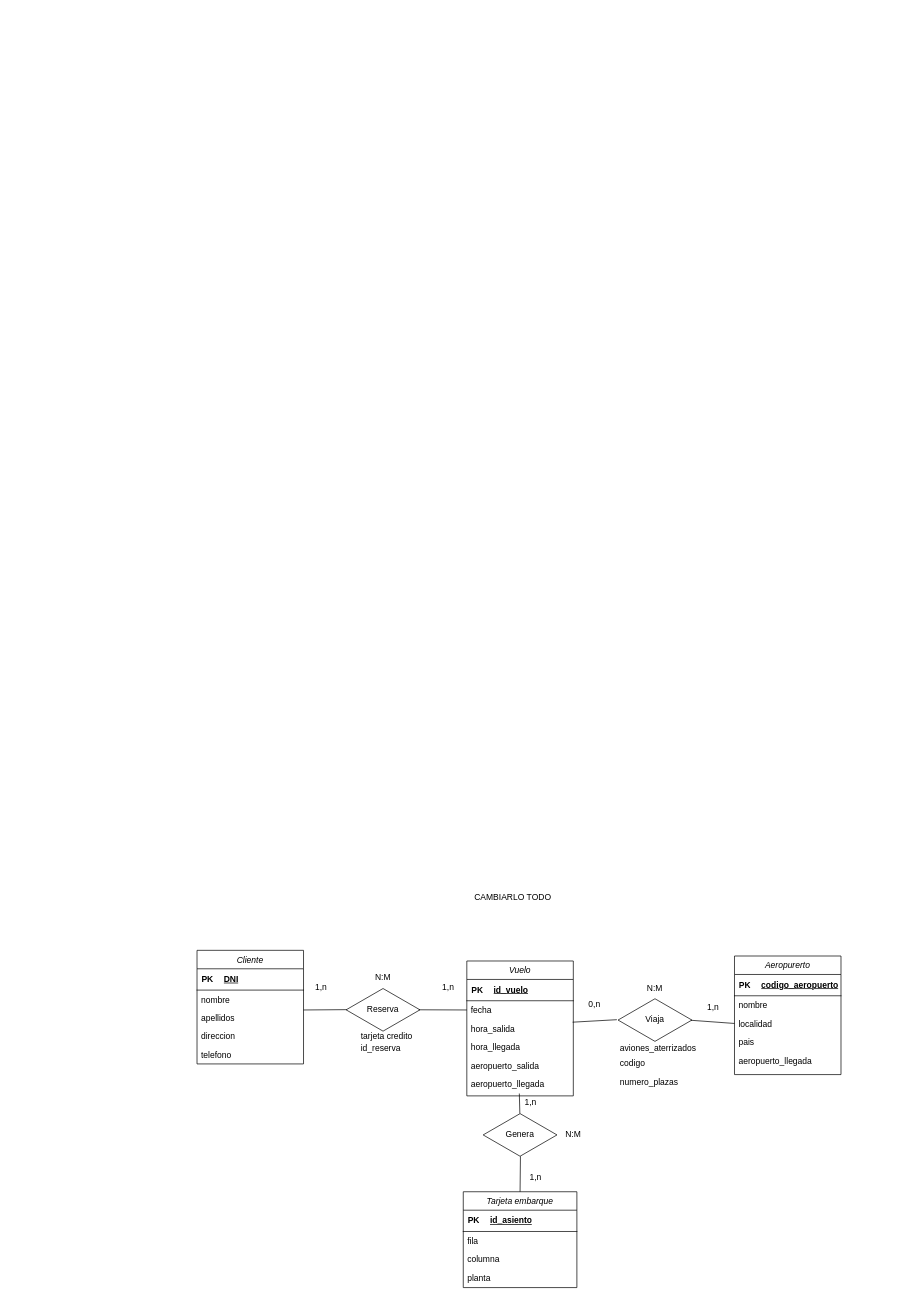
This is Ejercicio08.drawio from Daninuro/diagrames-cvf-dn-mpl-n-11102023, a draw.io file, before an edit. Source tidied: cells renumbered, new cells numbered last; positions are measured from the earlier drawing's top-left corner, leaving out a move shared by most shapes. Both pictures are drawn from the tidied source at 71%, with x=0, y=0 at pixel (197, 833).
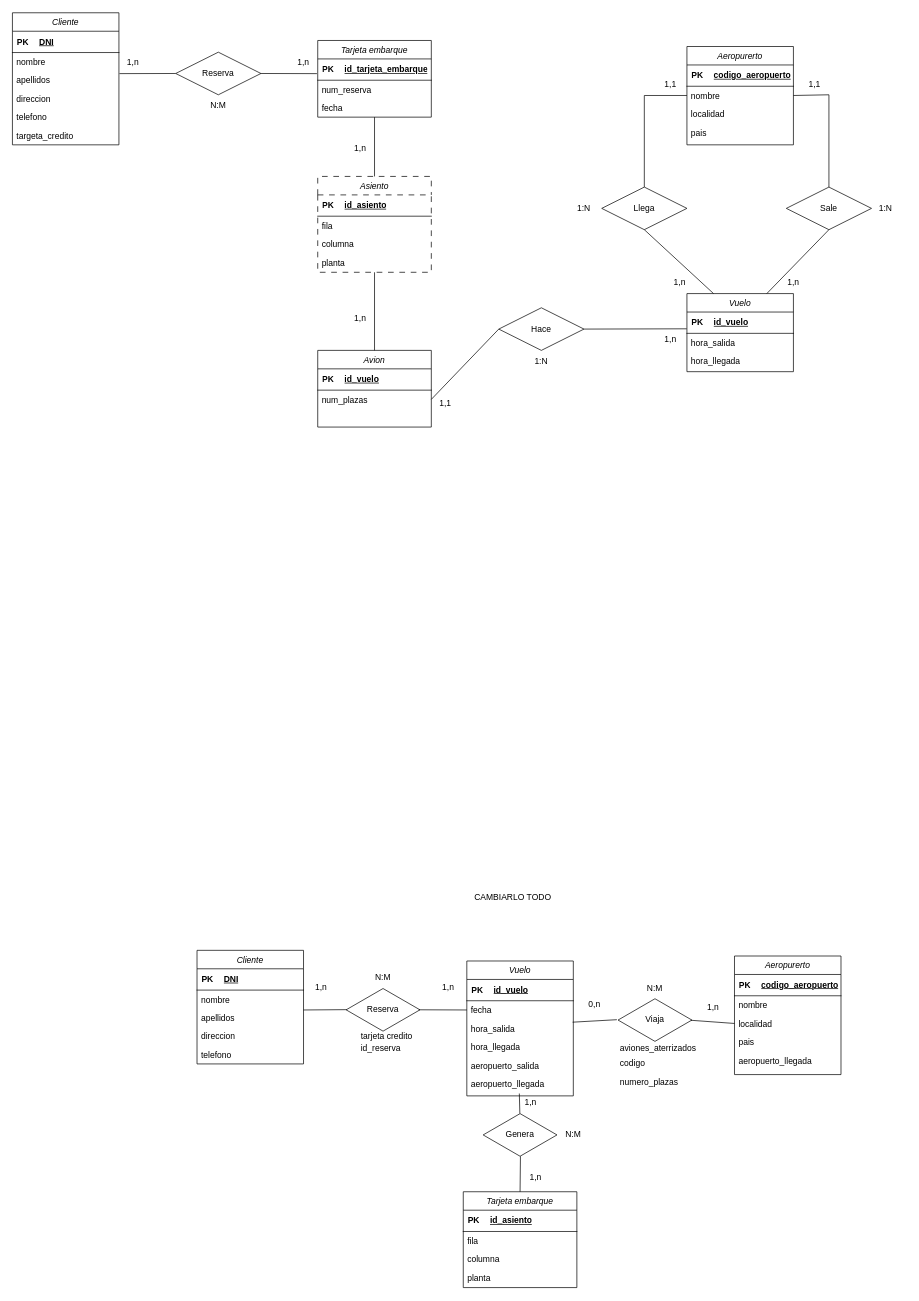
The same page after the edit.

Diff of the diagram source:
```diff
@@
+    <mxCell id="65" value="Vuelo" style="swimlane;fontStyle=2;align=center;verticalAlign=top;horizontal=1;startSize=26;rounded=0;shadow=0;strokeWidth=1;" parent="1" vertex="1">
+      <mxGeometry x="690" y="-760" width="150" height="110" as="geometry" />
+    </mxCell>
+    <mxCell id="66" style="shape=table;startSize=0;childLayout=tableLayout;rowLines=0;fontStyle=0;align=center;strokeColor=none;fillColor=none;" parent="65" vertex="1">
+      <mxGeometry y="26" width="150" height="30" as="geometry" />
+    </mxCell>
+    <mxCell id="67" style="shape=tableRow;horizontal=0;startSize=0;swimlaneHead=0;swimlaneBody=0;fillColor=none;points=[[0,0.5],[1,0.5]];portConstraint=eastwest;top=0;left=0;right=0;bottom=1;" parent="66" vertex="1">
+      <mxGeometry width="150" height="30" as="geometry" />
+    </mxCell>
+    <mxCell id="68" value="PK" style="shape=partialRectangle;fillColor=none;top=0;left=0;bottom=0;right=0;fontStyle=1;overflow=hidden;whiteSpace=wrap;html=1;" parent="67" vertex="1">
+      <mxGeometry width="30" height="30" as="geometry" />
+    </mxCell>
+    <mxCell id="69" value="id_vuelo" style="shape=partialRectangle;fillColor=none;top=0;left=0;bottom=0;right=0;align=left;spacingLeft=6;fontStyle=5;overflow=hidden;whiteSpace=wrap;html=1;" parent="67" vertex="1">
+      <mxGeometry x="30" width="120" height="30" as="geometry" />
+    </mxCell>
+    <mxCell id="70" value="hora_salida" style="text;align=left;verticalAlign=top;spacingLeft=4;spacingRight=4;overflow=hidden;rounded=0;shadow=0;html=0;" parent="65" vertex="1">
+      <mxGeometry y="56" width="150" height="26" as="geometry" />
+    </mxCell>
+    <mxCell id="71" value="hora_llegada" style="text;align=left;verticalAlign=top;spacingLeft=4;spacingRight=4;overflow=hidden;" parent="65" vertex="1">
+      <mxGeometry y="82" width="150" height="26" as="geometry" />
+    </mxCell>
+    <mxCell id="72" value="Cliente" style="swimlane;fontStyle=2;align=center;verticalAlign=top;horizontal=1;startSize=26;rounded=0;shadow=0;strokeWidth=1;" parent="1" vertex="1">
+      <mxGeometry x="-260" y="-1155.5" width="150" height="186" as="geometry" />
+    </mxCell>
+    <mxCell id="73" style="shape=table;startSize=0;childLayout=tableLayout;rowLines=0;fontStyle=0;align=center;strokeColor=none;fillColor=none;" parent="72" vertex="1">
+      <mxGeometry y="26" width="150" height="30" as="geometry" />
+    </mxCell>
+    <mxCell id="74" style="shape=tableRow;horizontal=0;startSize=0;swimlaneHead=0;swimlaneBody=0;fillColor=none;top=0;left=0;right=0;bottom=1;" parent="73" vertex="1">
+      <mxGeometry width="150" height="30" as="geometry" />
+    </mxCell>
+    <mxCell id="75" value="PK" style="shape=partialRectangle;fillColor=none;top=0;left=0;bottom=0;right=0;fontStyle=1;overflow=hidden;whiteSpace=wrap;html=1;" parent="74" vertex="1">
+      <mxGeometry width="30" height="30" as="geometry" />
+    </mxCell>
+    <mxCell id="76" value="DNI" style="shape=partialRectangle;fillColor=none;top=0;left=0;bottom=0;right=0;align=left;spacingLeft=6;fontStyle=5;overflow=hidden;whiteSpace=wrap;html=1;" parent="74" vertex="1">
+      <mxGeometry x="30" width="120" height="30" as="geometry" />
+    </mxCell>
+    <mxCell id="77" value="nombre" style="text;align=left;verticalAlign=top;spacingLeft=4;spacingRight=4;overflow=hidden;rounded=0;shadow=0;html=0;" parent="72" vertex="1">
+      <mxGeometry y="56" width="150" height="26" as="geometry" />
+    </mxCell>
+    <mxCell id="78" value="apellidos" style="text;align=left;verticalAlign=top;spacingLeft=4;spacingRight=4;overflow=hidden;points=[[0,0.5],[1,0.5]];portConstraint=eastwest;rounded=0;shadow=0;html=0;" parent="72" vertex="1">
+      <mxGeometry y="82" width="150" height="26" as="geometry" />
+    </mxCell>
+    <mxCell id="79" value="direccion" style="text;align=left;verticalAlign=top;spacingLeft=4;spacingRight=4;overflow=hidden;rounded=0;shadow=0;html=0;" parent="72" vertex="1">
+      <mxGeometry y="108" width="150" height="26" as="geometry" />
+    </mxCell>
+    <mxCell id="80" value="telefono" style="text;align=left;verticalAlign=top;spacingLeft=4;spacingRight=4;overflow=hidden;rounded=0;shadow=0;html=0;" parent="72" vertex="1">
+      <mxGeometry y="134" width="150" height="26" as="geometry" />
+    </mxCell>
+    <mxCell id="81" value="targeta_credito" style="text;align=left;verticalAlign=top;spacingLeft=4;spacingRight=4;overflow=hidden;rounded=0;shadow=0;html=0;" parent="72" vertex="1">
+      <mxGeometry y="160" width="150" height="26" as="geometry" />
+    </mxCell>
+    <mxCell id="82" value="Tarjeta embarque" style="swimlane;fontStyle=2;align=center;verticalAlign=top;horizontal=1;startSize=26;rounded=0;shadow=0;strokeWidth=1;" parent="1" vertex="1">
+      <mxGeometry x="170" y="-1116.5" width="160" height="108" as="geometry" />
+    </mxCell>
+    <mxCell id="83" style="shape=table;startSize=0;childLayout=tableLayout;rowLines=0;fontStyle=0;align=center;strokeColor=none;fillColor=none;" parent="82" vertex="1">
+      <mxGeometry y="26" width="160" height="30" as="geometry" />
+    </mxCell>
+    <mxCell id="84" style="shape=tableRow;horizontal=0;startSize=0;swimlaneHead=0;swimlaneBody=0;fillColor=none;points=[[0,0.5],[1,0.5]];portConstraint=eastwest;top=0;left=0;right=0;bottom=1;" parent="83" vertex="1">
+      <mxGeometry width="160" height="30" as="geometry" />
+    </mxCell>
+    <mxCell id="85" value="PK" style="shape=partialRectangle;fillColor=none;top=0;left=0;bottom=0;right=0;fontStyle=1;overflow=hidden;whiteSpace=wrap;html=1;" parent="84" vertex="1">
+      <mxGeometry width="30" height="30" as="geometry" />
+    </mxCell>
+    <mxCell id="86" value="id_tarjeta_embarque" style="shape=partialRectangle;fillColor=none;top=0;left=0;bottom=0;right=0;align=left;spacingLeft=6;fontStyle=5;overflow=hidden;whiteSpace=wrap;html=1;" parent="84" vertex="1">
+      <mxGeometry x="30" width="130" height="30" as="geometry" />
+    </mxCell>
+    <mxCell id="87" value="num_reserva" style="text;align=left;verticalAlign=top;spacingLeft=4;spacingRight=4;overflow=hidden;rounded=0;shadow=0;html=0;" parent="82" vertex="1">
+      <mxGeometry y="56" width="160" height="26" as="geometry" />
+    </mxCell>
+    <mxCell id="88" value="fecha" style="text;align=left;verticalAlign=top;spacingLeft=4;spacingRight=4;overflow=hidden;rounded=0;shadow=0;html=0;" parent="82" vertex="1">
+      <mxGeometry y="82" width="160" height="26" as="geometry" />
+    </mxCell>
+    <mxCell id="89" value="Aeropurerto" style="swimlane;fontStyle=2;align=center;verticalAlign=top;horizontal=1;startSize=26;rounded=0;shadow=0;strokeWidth=1;" parent="1" vertex="1">
+      <mxGeometry x="690" y="-1108" width="150" height="138.5" as="geometry" />
+    </mxCell>
+    <mxCell id="90" style="shape=table;startSize=0;childLayout=tableLayout;rowLines=0;fontStyle=0;align=center;strokeColor=none;fillColor=none;" parent="89" vertex="1">
+      <mxGeometry y="26" width="150" height="30" as="geometry" />
+    </mxCell>
+    <mxCell id="91" style="shape=tableRow;horizontal=0;startSize=0;swimlaneHead=0;swimlaneBody=0;fillColor=none;top=0;left=0;right=0;bottom=1;" parent="90" vertex="1">
+      <mxGeometry width="150" height="30" as="geometry" />
+    </mxCell>
+    <mxCell id="92" value="PK" style="shape=partialRectangle;fillColor=none;top=0;left=0;bottom=0;right=0;fontStyle=1;overflow=hidden;whiteSpace=wrap;html=1;" parent="91" vertex="1">
+      <mxGeometry width="30" height="30" as="geometry" />
+    </mxCell>
+    <mxCell id="93" value="codigo_aeropuerto" style="shape=partialRectangle;fillColor=none;top=0;left=0;bottom=0;right=0;align=left;spacingLeft=6;fontStyle=5;overflow=hidden;whiteSpace=wrap;html=1;" parent="91" vertex="1">
+      <mxGeometry x="30" width="120" height="30" as="geometry" />
+    </mxCell>
+    <mxCell id="94" value="nombre" style="text;align=left;verticalAlign=top;spacingLeft=4;spacingRight=4;overflow=hidden;points=[[0,0.5],[1,0.5]];portConstraint=eastwest;rounded=0;shadow=0;html=0;" parent="89" vertex="1">
+      <mxGeometry y="56" width="150" height="26" as="geometry" />
+    </mxCell>
+    <mxCell id="95" value="localidad" style="text;align=left;verticalAlign=top;spacingLeft=4;spacingRight=4;overflow=hidden;rounded=0;shadow=0;html=0;" parent="89" vertex="1">
+      <mxGeometry y="82" width="150" height="26" as="geometry" />
+    </mxCell>
+    <mxCell id="96" value="pais" style="text;align=left;verticalAlign=top;spacingLeft=4;spacingRight=4;overflow=hidden;" parent="89" vertex="1">
+      <mxGeometry y="108" width="150" height="26" as="geometry" />
+    </mxCell>
+    <mxCell id="97" value="Asiento" style="swimlane;fontStyle=2;align=center;verticalAlign=top;horizontal=1;startSize=26;rounded=0;shadow=0;strokeWidth=1;dashed=1;dashPattern=8 8;" parent="1" vertex="1">
+      <mxGeometry x="170" y="-925" width="160" height="135" as="geometry" />
+    </mxCell>
+    <mxCell id="98" style="shape=table;startSize=0;childLayout=tableLayout;rowLines=0;fontStyle=0;align=center;strokeColor=none;fillColor=none;" parent="97" vertex="1">
+      <mxGeometry y="26" width="160" height="30" as="geometry" />
+    </mxCell>
+    <mxCell id="99" style="shape=tableRow;horizontal=0;startSize=0;swimlaneHead=0;swimlaneBody=0;fillColor=none;top=0;left=0;right=0;bottom=1;" parent="98" vertex="1">
+      <mxGeometry width="160" height="30" as="geometry" />
+    </mxCell>
+    <mxCell id="100" value="PK" style="shape=partialRectangle;fillColor=none;top=0;left=0;bottom=0;right=0;fontStyle=1;overflow=hidden;whiteSpace=wrap;html=1;" parent="99" vertex="1">
+      <mxGeometry width="30" height="30" as="geometry" />
+    </mxCell>
+    <mxCell id="101" value="id_asiento" style="shape=partialRectangle;fillColor=none;top=0;left=0;bottom=0;right=0;align=left;spacingLeft=6;fontStyle=5;overflow=hidden;whiteSpace=wrap;html=1;" parent="99" vertex="1">
+      <mxGeometry x="30" width="130" height="30" as="geometry" />
+    </mxCell>
+    <mxCell id="102" value="fila" style="text;align=left;verticalAlign=top;spacingLeft=4;spacingRight=4;overflow=hidden;rounded=0;shadow=0;html=0;" parent="97" vertex="1">
+      <mxGeometry y="56" width="160" height="26" as="geometry" />
+    </mxCell>
+    <mxCell id="103" value="columna" style="text;align=left;verticalAlign=top;spacingLeft=4;spacingRight=4;overflow=hidden;rounded=0;shadow=0;html=0;" parent="97" vertex="1">
+      <mxGeometry y="82" width="160" height="26" as="geometry" />
+    </mxCell>
+    <mxCell id="104" value="planta" style="text;align=left;verticalAlign=top;spacingLeft=4;spacingRight=4;overflow=hidden;rounded=0;shadow=0;html=0;" parent="97" vertex="1">
+      <mxGeometry y="108" width="160" height="26" as="geometry" />
+    </mxCell>
+    <mxCell id="105" value="Avion" style="swimlane;fontStyle=2;align=center;verticalAlign=top;horizontal=1;startSize=26;rounded=0;shadow=0;strokeWidth=1;" parent="1" vertex="1">
+      <mxGeometry x="170" y="-680" width="160" height="108" as="geometry" />
+    </mxCell>
+    <mxCell id="106" style="shape=table;startSize=0;childLayout=tableLayout;rowLines=0;fontStyle=0;align=center;strokeColor=none;fillColor=none;" parent="105" vertex="1">
+      <mxGeometry y="26" width="160" height="30" as="geometry" />
+    </mxCell>
+    <mxCell id="107" style="shape=tableRow;horizontal=0;startSize=0;swimlaneHead=0;swimlaneBody=0;fillColor=none;top=0;left=0;right=0;bottom=1;" parent="106" vertex="1">
+      <mxGeometry width="160" height="30" as="geometry" />
+    </mxCell>
+    <mxCell id="108" value="PK" style="shape=partialRectangle;fillColor=none;top=0;left=0;bottom=0;right=0;fontStyle=1;overflow=hidden;whiteSpace=wrap;html=1;" parent="107" vertex="1">
+      <mxGeometry width="30" height="30" as="geometry" />
+    </mxCell>
+    <mxCell id="109" value="id_vuelo" style="shape=partialRectangle;fillColor=none;top=0;left=0;bottom=0;right=0;align=left;spacingLeft=6;fontStyle=5;overflow=hidden;whiteSpace=wrap;html=1;" parent="107" vertex="1">
+      <mxGeometry x="30" width="130" height="30" as="geometry" />
+    </mxCell>
+    <mxCell id="110" value="num_plazas" style="text;align=left;verticalAlign=top;spacingLeft=4;spacingRight=4;overflow=hidden;points=[[0,0.5],[1,0.5]];portConstraint=eastwest;rounded=0;shadow=0;html=0;" parent="105" vertex="1">
+      <mxGeometry y="56" width="160" height="26" as="geometry" />
+    </mxCell>
+    <mxCell id="111" value="Llega" style="shape=rhombus;perimeter=rhombusPerimeter;whiteSpace=wrap;html=1;align=center;" parent="1" vertex="1">
+      <mxGeometry x="570" y="-910" width="120" height="60" as="geometry" />
+    </mxCell>
+    <mxCell id="112" value="Sale" style="shape=rhombus;perimeter=rhombusPerimeter;whiteSpace=wrap;html=1;align=center;" parent="1" vertex="1">
+      <mxGeometry x="830" y="-910" width="120" height="60" as="geometry" />
+    </mxCell>
+    <mxCell id="113" value="Hace" style="shape=rhombus;perimeter=rhombusPerimeter;whiteSpace=wrap;html=1;align=center;" parent="1" vertex="1">
+      <mxGeometry x="425" y="-740" width="120" height="60" as="geometry" />
+    </mxCell>
+    <mxCell id="114" value="Reserva" style="shape=rhombus;perimeter=rhombusPerimeter;whiteSpace=wrap;html=1;align=center;" parent="1" vertex="1">
+      <mxGeometry x="-30" y="-1100" width="120" height="60" as="geometry" />
+    </mxCell>
+    <mxCell id="115" style="endArrow=none;html=1;rounded=0;exitX=1;exitY=0.5;exitDx=0;exitDy=0;entryX=-0.007;entryY=0.69;entryDx=0;entryDy=0;entryPerimeter=0;" parent="1" edge="1" source="114" target="84">
+      <mxGeometry relative="1" as="geometry" />
+    </mxCell>
+    <mxCell id="116" style="endArrow=none;html=1;rounded=0;entryX=0;entryY=0.5;entryDx=0;entryDy=0;exitX=1.005;exitY=0.142;exitDx=0;exitDy=0;exitPerimeter=0;" parent="1" edge="1" source="78" target="114">
+      <mxGeometry relative="1" as="geometry" />
+    </mxCell>
+    <mxCell id="117" style="endArrow=none;html=1;rounded=0;exitX=0.5;exitY=1;exitDx=0;exitDy=0;entryX=0.5;entryY=0;entryDx=0;entryDy=0;" parent="1" edge="1" source="82" target="97">
+      <mxGeometry relative="1" as="geometry" />
+    </mxCell>
+    <mxCell id="118" style="endArrow=none;html=1;rounded=0;exitX=0.5;exitY=1;exitDx=0;exitDy=0;entryX=0.5;entryY=0;entryDx=0;entryDy=0;" parent="1" edge="1" source="97" target="105">
+      <mxGeometry relative="1" as="geometry" />
+    </mxCell>
+    <mxCell id="119" style="endArrow=none;html=1;rounded=0;exitX=0;exitY=0.5;exitDx=0;exitDy=0;entryX=1;entryY=0.5;entryDx=0;entryDy=0;" parent="1" edge="1" source="113" target="110">
+      <mxGeometry relative="1" as="geometry" />
+    </mxCell>
+    <mxCell id="120" style="endArrow=none;html=1;rounded=0;exitX=1;exitY=0.5;exitDx=0;exitDy=0;entryX=-0.002;entryY=0.787;entryDx=0;entryDy=0;entryPerimeter=0;" parent="1" edge="1" source="113" target="67">
+      <mxGeometry relative="1" as="geometry" />
+    </mxCell>
+    <mxCell id="121" style="endArrow=none;html=1;rounded=0;entryX=0.5;entryY=1;entryDx=0;entryDy=0;exitX=0.25;exitY=0;exitDx=0;exitDy=0;" parent="1" edge="1" source="65" target="111">
+      <mxGeometry relative="1" as="geometry" />
+    </mxCell>
+    <mxCell id="122" style="endArrow=none;html=1;rounded=0;exitX=0.5;exitY=1;exitDx=0;exitDy=0;entryX=0.75;entryY=0;entryDx=0;entryDy=0;" parent="1" edge="1" source="112" target="65">
+      <mxGeometry relative="1" as="geometry" />
+    </mxCell>
+    <mxCell id="123" style="endArrow=none;html=1;rounded=0;exitX=0;exitY=0.5;exitDx=0;exitDy=0;entryX=0.5;entryY=0;entryDx=0;entryDy=0;" parent="1" edge="1" source="94" target="111">
+      <mxGeometry relative="1" as="geometry">
+        <Array as="points">
+          <mxPoint x="630" y="-1039" />
+        </Array>
+      </mxGeometry>
+    </mxCell>
+    <mxCell id="124" style="endArrow=none;html=1;rounded=0;exitX=0.5;exitY=0;exitDx=0;exitDy=0;entryX=1;entryY=0.5;entryDx=0;entryDy=0;" parent="1" edge="1" source="112" target="94">
+      <mxGeometry relative="1" as="geometry">
+        <Array as="points">
+          <mxPoint x="890" y="-1040" />
+        </Array>
+      </mxGeometry>
+    </mxCell>
+    <mxCell id="125" value="1,n" style="text;html=1;strokeColor=none;fillColor=none;align=center;verticalAlign=middle;whiteSpace=wrap;rounded=0;" parent="1" vertex="1">
+      <mxGeometry x="200" y="-740" width="60" height="30" as="geometry" />
+    </mxCell>
+    <mxCell id="126" value="N:M" style="text;html=1;strokeColor=none;fillColor=none;align=center;verticalAlign=middle;whiteSpace=wrap;rounded=0;" parent="1" vertex="1">
+      <mxGeometry y="-1040" width="60" height="30" as="geometry" />
+    </mxCell>
+    <mxCell id="127" value="1,1" style="text;html=1;strokeColor=none;fillColor=none;align=center;verticalAlign=middle;whiteSpace=wrap;rounded=0;" parent="1" vertex="1">
+      <mxGeometry x="637" y="-1070" width="60" height="30" as="geometry" />
+    </mxCell>
+    <mxCell id="128" value="1,n" style="text;html=1;strokeColor=none;fillColor=none;align=center;verticalAlign=middle;whiteSpace=wrap;rounded=0;" parent="1" vertex="1">
+      <mxGeometry x="200" y="-980" width="60" height="30" as="geometry" />
+    </mxCell>
+    <mxCell id="129" value="1,n" style="text;html=1;strokeColor=none;fillColor=none;align=center;verticalAlign=middle;whiteSpace=wrap;rounded=0;" parent="1" vertex="1">
+      <mxGeometry x="120" y="-1100" width="60" height="30" as="geometry" />
+    </mxCell>
+    <mxCell id="130" value="1,n" style="text;html=1;strokeColor=none;fillColor=none;align=center;verticalAlign=middle;whiteSpace=wrap;rounded=0;" parent="1" vertex="1">
+      <mxGeometry x="-120" y="-1100" width="60" height="30" as="geometry" />
+    </mxCell>
+    <mxCell id="131" value="1:N" style="text;html=1;strokeColor=none;fillColor=none;align=center;verticalAlign=middle;whiteSpace=wrap;rounded=0;" parent="1" vertex="1">
+      <mxGeometry x="455" y="-680" width="60" height="30" as="geometry" />
+    </mxCell>
+    <mxCell id="132" value="1,n" style="text;html=1;strokeColor=none;fillColor=none;align=center;verticalAlign=middle;whiteSpace=wrap;rounded=0;" parent="1" vertex="1">
+      <mxGeometry x="637" y="-710" width="60" height="30" as="geometry" />
+    </mxCell>
+    <mxCell id="133" value="1,1" style="text;html=1;strokeColor=none;fillColor=none;align=center;verticalAlign=middle;whiteSpace=wrap;rounded=0;" parent="1" vertex="1">
+      <mxGeometry x="320" y="-620" width="60" height="30" as="geometry" />
+    </mxCell>
+    <mxCell id="134" value="1,n" style="text;html=1;strokeColor=none;fillColor=none;align=center;verticalAlign=middle;whiteSpace=wrap;rounded=0;" parent="1" vertex="1">
+      <mxGeometry x="810" y="-790" width="60" height="30" as="geometry" />
+    </mxCell>
+    <mxCell id="135" value="1,n" style="text;html=1;strokeColor=none;fillColor=none;align=center;verticalAlign=middle;whiteSpace=wrap;rounded=0;" parent="1" vertex="1">
+      <mxGeometry x="650" y="-790" width="60" height="30" as="geometry" />
+    </mxCell>
+    <mxCell id="136" value="1:N" style="text;html=1;strokeColor=none;fillColor=none;align=center;verticalAlign=middle;whiteSpace=wrap;rounded=0;" parent="1" vertex="1">
+      <mxGeometry x="515" y="-895" width="60" height="30" as="geometry" />
+    </mxCell>
+    <mxCell id="137" value="1,1" style="text;html=1;strokeColor=none;fillColor=none;align=center;verticalAlign=middle;whiteSpace=wrap;rounded=0;" parent="1" vertex="1">
+      <mxGeometry x="840" y="-1070" width="60" height="30" as="geometry" />
+    </mxCell>
+    <mxCell id="138" value="1:N" style="text;html=1;strokeColor=none;fillColor=none;align=center;verticalAlign=middle;whiteSpace=wrap;rounded=0;" parent="1" vertex="1">
+      <mxGeometry x="940" y="-895" width="60" height="30" as="geometry" />
+    </mxCell>
```
